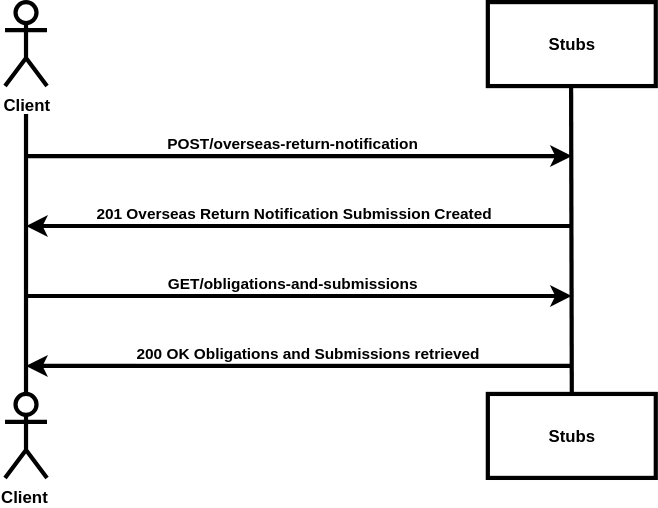
Before: source/documentation/figures/submitorn-test-sequence.svg, a diagram exported from draw.io (hmrc/pillar2-service-guide). Source tidied: cells renumbered, new cells last; positions are measured from the earlier drawing's top-left corner, leaving out a move shared by most shapes.
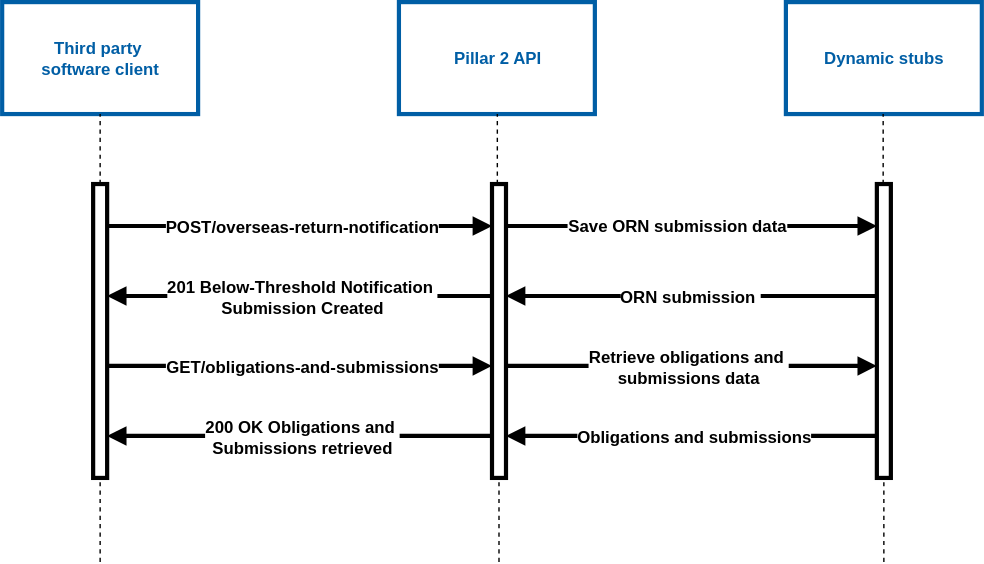
The same diagram one commit later.

Commit message:
Updated sequence diagrams

The edit, as a diff of the source:
```diff
@@ -2,72 +2,123 @@
   <root>
     <mxCell id="0" />
     <mxCell id="1" parent="0" />
-    <mxCell id="2" value="Client" style="shape=umlActor;verticalLabelPosition=bottom;verticalAlign=top;html=1;fontStyle=1;strokeWidth=3;" parent="1" vertex="1">
-      <mxGeometry width="30" height="60" as="geometry" />
-    </mxCell>
-    <mxCell id="3" value="Client&amp;nbsp;" style="shape=umlActor;verticalLabelPosition=bottom;verticalAlign=top;html=1;fontStyle=1;strokeWidth=3;" parent="1" vertex="1">
-      <mxGeometry y="280" width="30" height="60" as="geometry" />
-    </mxCell>
-    <mxCell id="4" style="endArrow=none;html=1;rounded=0;fontStyle=1;strokeWidth=3;" parent="1" edge="1">
-      <mxGeometry relative="1" as="geometry">
-        <mxPoint x="15" y="280" as="sourcePoint" />
-        <mxPoint x="15" y="80" as="targetPoint" />
-      </mxGeometry>
-    </mxCell>
-    <mxCell id="5" value="Stubs" style="rounded=0;whiteSpace=wrap;html=1;fontStyle=1;strokeWidth=3;" parent="1" vertex="1">
-      <mxGeometry x="345" width="120" height="60" as="geometry" />
-    </mxCell>
-    <mxCell id="6" value="Stubs" style="rounded=0;whiteSpace=wrap;html=1;fontStyle=1;strokeWidth=3;" parent="1" vertex="1">
-      <mxGeometry x="345" y="280" width="120" height="60" as="geometry" />
-    </mxCell>
-    <mxCell id="7" style="endArrow=none;html=1;rounded=0;exitX=0.5;exitY=0;exitDx=0;exitDy=0;fontStyle=1;strokeWidth=3;" parent="1" edge="1" source="6">
-      <mxGeometry relative="1" as="geometry">
-        <mxPoint x="404.5" y="60" as="targetPoint" />
-      </mxGeometry>
-    </mxCell>
-    <mxCell id="8" style="endArrow=classic;html=1;rounded=0;fontStyle=1;strokeWidth=3;" parent="1" edge="1">
-      <mxGeometry relative="1" as="geometry">
-        <mxPoint x="15" y="110" as="sourcePoint" />
-        <mxPoint x="405" y="110" as="targetPoint" />
-      </mxGeometry>
-    </mxCell>
+    <mxCell id="16" value="&lt;b&gt;&lt;font style=&quot;color: light-dark(rgb(0, 94, 165), rgb(237, 237, 237));&quot;&gt;Third party&amp;nbsp;&lt;/font&gt;&lt;/b&gt;&lt;div&gt;&lt;b&gt;&lt;font style=&quot;color: light-dark(rgb(0, 94, 165), rgb(237, 237, 237));&quot;&gt;software client&lt;/font&gt;&lt;/b&gt;&lt;/div&gt;" style="rounded=0;whiteSpace=wrap;html=1;strokeWidth=3;strokeColor=light-dark(#005ea5, #ededed);" parent="1" vertex="1">
+      <mxGeometry x="-25" y="50" width="140" height="80" as="geometry" />
+    </mxCell>
+    <mxCell id="17" style="endArrow=none;dashed=1;html=1;rounded=0;strokeWidth=1;" parent="1" edge="1" source="19" target="16">
+      <mxGeometry relative="1" as="geometry" />
+    </mxCell>
+    <mxCell id="18" style="endArrow=none;dashed=1;html=1;rounded=0;strokeWidth=1;" parent="1" edge="1" target="19">
+      <mxGeometry relative="1" as="geometry">
+        <mxPoint x="45" y="450" as="sourcePoint" />
+      </mxGeometry>
+    </mxCell>
+    <mxCell id="19" style="html=1;points=[[0,0,0,0,5],[0,1,0,0,-5],[1,0,0,0,5],[1,1,0,0,-5]];perimeter=orthogonalPerimeter;outlineConnect=0;targetShapes=umlLifeline;portConstraint=eastwest;newEdgeStyle={&quot;curved&quot;:0,&quot;rounded&quot;:0};strokeWidth=3;" parent="1" vertex="1">
+      <mxGeometry x="40" y="180" width="10" height="210" as="geometry" />
+    </mxCell>
+    <mxCell id="20" value="&lt;b&gt;&lt;font style=&quot;color: light-dark(rgb(0, 94, 165), rgb(237, 237, 237));&quot;&gt;Pillar 2 API&lt;/font&gt;&lt;/b&gt;" style="rounded=0;whiteSpace=wrap;html=1;strokeWidth=3;strokeColor=light-dark(#005ea5, #ededed);" parent="1" vertex="1">
+      <mxGeometry x="258.5" y="50" width="140" height="80" as="geometry" />
+    </mxCell>
+    <mxCell id="21" style="endArrow=none;dashed=1;html=1;rounded=0;strokeWidth=1;" parent="1" edge="1" source="26" target="20">
+      <mxGeometry relative="1" as="geometry" />
+    </mxCell>
+    <mxCell id="22" style="endArrow=none;dashed=1;html=1;rounded=0;strokeWidth=1;" parent="1" edge="1" target="26">
+      <mxGeometry relative="1" as="geometry">
+        <mxPoint x="330" y="450" as="sourcePoint" />
+      </mxGeometry>
+    </mxCell>
+    <mxCell id="23" style="endArrow=block;html=1;rounded=0;strokeWidth=3;endFill=1;" parent="1" edge="1" source="19" target="26">
+      <mxGeometry relative="1" as="geometry">
+        <Array as="points">
+          <mxPoint x="225" y="210" />
+        </Array>
+      </mxGeometry>
+    </mxCell>
-    <mxCell id="9" value="POST/overseas-return-notification" style="edgeLabel;html=1;align=center;verticalAlign=middle;fontStyle=1;" parent="8" vertex="1">
-      <mxGeometry x="-0.19" relative="1" as="geometry">
-        <mxPoint x="31" y="-10" as="offset" />
-      </mxGeometry>
+    <mxCell id="9" value="POST/overseas-return-notification" style="edgeLabel;html=1;align=center;verticalAlign=middle;fontStyle=1;fontSize=12;" parent="23" vertex="1">
+      <mxGeometry relative="1" as="geometry" />
     </mxCell>
-    <mxCell id="10" style="endArrow=classic;html=1;rounded=0;fontStyle=1;strokeWidth=3;" parent="1" edge="1">
-      <mxGeometry relative="1" as="geometry">
-        <mxPoint x="405" y="160" as="sourcePoint" />
-        <mxPoint x="15" y="160" as="targetPoint" />
-      </mxGeometry>
-    </mxCell>
-    <mxCell id="11" value="201 Overseas Return Notification Submission Created" style="edgeLabel;html=1;align=center;verticalAlign=middle;fontStyle=1;" parent="10" vertex="1">
-      <mxGeometry x="0.13" relative="1" as="geometry">
-        <mxPoint x="20" y="-10" as="offset" />
-      </mxGeometry>
-    </mxCell>
-    <mxCell id="12" style="endArrow=classic;html=1;rounded=0;fontStyle=1;strokeWidth=3;" parent="1" edge="1">
-      <mxGeometry relative="1" as="geometry">
-        <mxPoint x="15" y="210" as="sourcePoint" />
-        <mxPoint x="405" y="210" as="targetPoint" />
-      </mxGeometry>
-    </mxCell>
+    <mxCell id="24" value="&lt;b style=&quot;background-color: transparent; color: light-dark(rgb(0, 0, 0), rgb(255, 255, 255));&quot;&gt;&lt;font style=&quot;color: light-dark(rgb(0, 94, 165), rgb(237, 237, 237));&quot;&gt;Dynamic stubs&lt;/font&gt;&lt;/b&gt;" style="rounded=0;whiteSpace=wrap;html=1;strokeWidth=3;strokeColor=light-dark(#005ea5, #ededed);" parent="1" vertex="1">
+      <mxGeometry x="535" y="50" width="140" height="80" as="geometry" />
+    </mxCell>
+    <mxCell id="25" style="endArrow=block;html=1;rounded=0;exitX=0.5;exitY=0.125;exitDx=0;exitDy=0;exitPerimeter=0;strokeWidth=3;endFill=1;" parent="1" edge="1" target="26">
+      <mxGeometry relative="1" as="geometry">
+        <mxPoint x="50" y="310" as="sourcePoint" />
+      </mxGeometry>
+    </mxCell>
-    <mxCell id="13" value="GET/obligations-and-submissions" style="edgeLabel;html=1;align=center;verticalAlign=middle;fontStyle=1;" parent="12" vertex="1">
-      <mxGeometry x="-0.15" y="-2" relative="1" as="geometry">
-        <mxPoint x="23" y="-12" as="offset" />
-      </mxGeometry>
+    <mxCell id="13" value="GET/obligations-and-submissions" style="edgeLabel;html=1;align=center;verticalAlign=middle;fontStyle=1;fontSize=12;" parent="25" vertex="1">
+      <mxGeometry relative="1" as="geometry" />
     </mxCell>
-    <mxCell id="14" style="endArrow=classic;html=1;rounded=0;fontStyle=1;strokeWidth=3;" parent="1" edge="1">
-      <mxGeometry relative="1" as="geometry">
-        <mxPoint x="405" y="260" as="sourcePoint" />
-        <mxPoint x="15" y="260" as="targetPoint" />
-      </mxGeometry>
-    </mxCell>
+    <mxCell id="26" style="html=1;points=[[0,0,0,0,5],[0,1,0,0,-5],[1,0,0,0,5],[1,1,0,0,-5]];perimeter=orthogonalPerimeter;outlineConnect=0;targetShapes=umlLifeline;portConstraint=eastwest;newEdgeStyle={&quot;curved&quot;:0,&quot;rounded&quot;:0};strokeWidth=3;" parent="1" vertex="1">
+      <mxGeometry x="325" y="180" width="10" height="210" as="geometry" />
+    </mxCell>
+    <mxCell id="27" style="endArrow=block;html=1;rounded=0;strokeWidth=3;endFill=1;" parent="1" edge="1" source="26">
+      <mxGeometry relative="1" as="geometry">
+        <mxPoint x="600" y="210" as="targetPoint" />
+      </mxGeometry>
+    </mxCell>
+    <mxCell id="28" value="&lt;span style=&quot;font-size: 12px;&quot;&gt;&lt;b&gt;Save ORN submission data&lt;/b&gt;&lt;/span&gt;" style="edgeLabel;html=1;align=center;verticalAlign=middle;" parent="27" vertex="1">
+      <mxGeometry x="-0.09" y="2" relative="1" as="geometry">
+        <mxPoint x="1" y="1" as="offset" />
+      </mxGeometry>
+    </mxCell>
+    <mxCell id="29" style="endArrow=none;html=1;rounded=0;strokeWidth=3;startArrow=block;startFill=1;endFill=0;" parent="1" edge="1" source="19">
+      <mxGeometry relative="1" as="geometry">
+        <mxPoint x="325" y="260" as="targetPoint" />
+      </mxGeometry>
+    </mxCell>
+    <mxCell id="30" value="201 Below-Threshold Notification&amp;nbsp;&lt;div&gt;Submission Created&lt;/div&gt;" style="edgeLabel;html=1;align=center;verticalAlign=middle;fontStyle=1;fontSize=12;" parent="29" vertex="1">
+      <mxGeometry relative="1" as="geometry" />
+    </mxCell>
+    <mxCell id="31" style="endArrow=none;html=1;rounded=0;exitX=0.5;exitY=0.125;exitDx=0;exitDy=0;exitPerimeter=0;strokeWidth=3;startArrow=block;startFill=1;endFill=0;" parent="1" edge="1">
+      <mxGeometry relative="1" as="geometry">
+        <mxPoint x="50" y="360" as="sourcePoint" />
+        <mxPoint x="325" y="360" as="targetPoint" />
+      </mxGeometry>
+    </mxCell>
-    <mxCell id="15" value="200 OK Obligations and Submissions retrieved" style="edgeLabel;html=1;align=center;verticalAlign=middle;fontStyle=1;" parent="14" vertex="1">
-      <mxGeometry y="2" relative="1" as="geometry">
-        <mxPoint x="5" y="-12" as="offset" />
-      </mxGeometry>
+    <mxCell id="15" value="200 OK Obligations and&amp;nbsp;&lt;div&gt;Submissions retrieved&lt;/div&gt;" style="edgeLabel;html=1;align=center;verticalAlign=middle;fontStyle=1;fontSize=12;" parent="31" vertex="1">
+      <mxGeometry relative="1" as="geometry" />
     </mxCell>
+    <mxCell id="32" style="endArrow=block;html=1;rounded=0;exitX=0.5;exitY=0.125;exitDx=0;exitDy=0;exitPerimeter=0;strokeWidth=3;endFill=1;" parent="1" edge="1" target="34">
+      <mxGeometry relative="1" as="geometry">
+        <mxPoint x="335" y="310" as="sourcePoint" />
+      </mxGeometry>
+    </mxCell>
+    <mxCell id="33" value="&lt;span style=&quot;font-size: 12px;&quot;&gt;&lt;b&gt;Retrieve obligations and&amp;nbsp;&lt;/b&gt;&lt;/span&gt;&lt;div&gt;&lt;span style=&quot;font-size: 12px;&quot;&gt;&lt;b&gt;submissions data&lt;/b&gt;&lt;/span&gt;&lt;/div&gt;" style="edgeLabel;html=1;align=center;verticalAlign=middle;" parent="32" vertex="1">
+      <mxGeometry x="-0.03" y="3" relative="1" as="geometry">
+        <mxPoint x="1" y="3" as="offset" />
+      </mxGeometry>
+    </mxCell>
+    <mxCell id="34" style="html=1;points=[[0,0,0,0,5],[0,1,0,0,-5],[1,0,0,0,5],[1,1,0,0,-5]];perimeter=orthogonalPerimeter;outlineConnect=0;targetShapes=umlLifeline;portConstraint=eastwest;newEdgeStyle={&quot;curved&quot;:0,&quot;rounded&quot;:0};strokeWidth=3;" parent="1" vertex="1">
+      <mxGeometry x="600" y="180" width="10" height="210" as="geometry" />
+    </mxCell>
+    <mxCell id="35" style="endArrow=none;dashed=1;html=1;rounded=0;strokeWidth=1;" parent="1" edge="1">
+      <mxGeometry relative="1" as="geometry">
+        <mxPoint x="604.5" y="180" as="sourcePoint" />
+        <mxPoint x="604.5" y="130" as="targetPoint" />
+      </mxGeometry>
+    </mxCell>
+    <mxCell id="36" style="endArrow=none;dashed=1;html=1;rounded=0;strokeWidth=1;" parent="1" edge="1" target="34">
+      <mxGeometry relative="1" as="geometry">
+        <mxPoint x="605" y="450" as="sourcePoint" />
+      </mxGeometry>
+    </mxCell>
+    <mxCell id="37" style="endArrow=none;html=1;rounded=0;strokeWidth=3;startArrow=block;startFill=1;endFill=0;" parent="1" edge="1" target="34">
+      <mxGeometry relative="1" as="geometry">
+        <mxPoint x="335" y="260" as="sourcePoint" />
+      </mxGeometry>
+    </mxCell>
+    <mxCell id="38" value="ORN submission&amp;nbsp;" style="edgeLabel;html=1;align=center;verticalAlign=middle;fontStyle=1;fontSize=12;" parent="37" vertex="1">
+      <mxGeometry relative="1" as="geometry">
+        <mxPoint x="-3" as="offset" />
+      </mxGeometry>
+    </mxCell>
+    <mxCell id="39" style="endArrow=none;html=1;rounded=0;strokeWidth=3;startArrow=block;startFill=1;endFill=0;" parent="1" edge="1" target="34">
+      <mxGeometry relative="1" as="geometry">
+        <mxPoint x="335" y="360" as="sourcePoint" />
+      </mxGeometry>
+    </mxCell>
+    <mxCell id="40" value="Obligations and submissions" style="edgeLabel;html=1;align=center;verticalAlign=middle;fontStyle=1;fontSize=12;" parent="39" vertex="1">
+      <mxGeometry relative="1" as="geometry" />
+    </mxCell>
   </root>
 </mxGraphModel>
```
